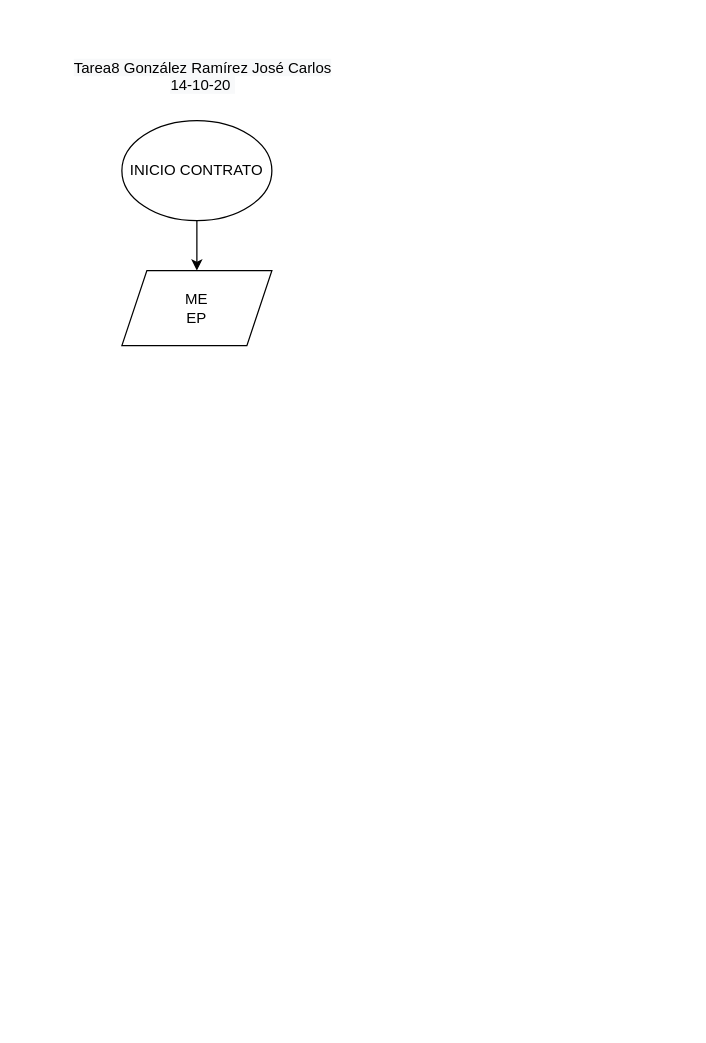
Before: Untitled Diagram.drawio in jowoselfgmailcom/fdp, a draw.io diagram. Source tidied: cells renumbered, new cells numbered last; positions are measured from the earlier drawing's top-left corner, leaving out a move shared by most shapes. Both pictures are drawn from the tidied source at 125%, with x=0, y=0 at pixel (21, 45).
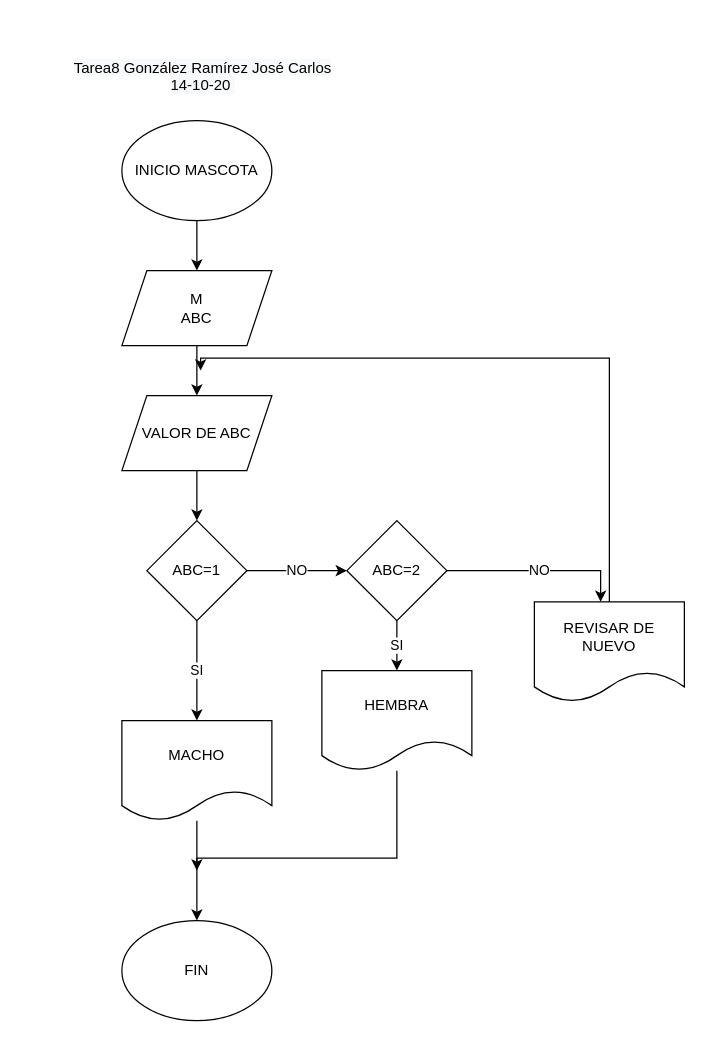
The same diagram, later.

The edit, as a diff of the source:
```diff
@@
-    <mxCell id="3" value="INICIO CONTRATO" style="ellipse;whiteSpace=wrap;html=1;" parent="1" vertex="1">
+    <mxCell id="3" value="INICIO MASCOTA" style="ellipse;whiteSpace=wrap;html=1;" parent="1" vertex="1">
       <mxGeometry x="80" y="60" width="120" height="80" as="geometry" />
     </mxCell>
@@
+    <mxCell id="6" style="edgeStyle=orthogonalEdgeStyle;rounded=0;jettySize=auto;html=1;" parent="1" edge="1" source="5" target="8">
+      <mxGeometry relative="1" as="geometry" />
+    </mxCell>
-    <mxCell id="5" value="ME&lt;br&gt;EP&lt;br&gt;" style="shape=parallelogram;perimeter=parallelogramPerimeter;whiteSpace=wrap;html=1;fixedSize=1;" parent="1" vertex="1">
+    <mxCell id="5" value="M&lt;br&gt;ABC&lt;br&gt;" style="shape=parallelogram;perimeter=parallelogramPerimeter;whiteSpace=wrap;html=1;fixedSize=1;" parent="1" vertex="1">
       <mxGeometry x="80" y="180" width="120" height="60" as="geometry" />
     </mxCell>
+    <mxCell id="7" style="edgeStyle=orthogonalEdgeStyle;rounded=0;jettySize=auto;html=1;" parent="1" edge="1" source="8" target="11">
+      <mxGeometry relative="1" as="geometry" />
+    </mxCell>
+    <mxCell id="8" value="VALOR DE ABC&lt;br&gt;" style="shape=parallelogram;perimeter=parallelogramPerimeter;whiteSpace=wrap;html=1;fixedSize=1;" parent="1" vertex="1">
+      <mxGeometry x="80" y="280" width="120" height="60" as="geometry" />
+    </mxCell>
+    <mxCell id="9" value="NO" style="edgeStyle=orthogonalEdgeStyle;rounded=0;jettySize=auto;html=1;" parent="1" edge="1" source="11" target="14">
+      <mxGeometry relative="1" as="geometry" />
+    </mxCell>
+    <mxCell id="10" value="SI" style="edgeStyle=orthogonalEdgeStyle;rounded=0;jettySize=auto;html=1;" parent="1" edge="1" source="11" target="16">
+      <mxGeometry relative="1" as="geometry" />
+    </mxCell>
+    <mxCell id="11" value="ABC=1" style="rhombus;whiteSpace=wrap;html=1;" parent="1" vertex="1">
+      <mxGeometry x="100" y="380" width="80" height="80" as="geometry" />
+    </mxCell>
+    <mxCell id="12" value="SI" style="edgeStyle=orthogonalEdgeStyle;rounded=0;jettySize=auto;html=1;" parent="1" edge="1" source="14" target="18">
+      <mxGeometry relative="1" as="geometry" />
+    </mxCell>
+    <mxCell id="13" value="NO" style="edgeStyle=orthogonalEdgeStyle;rounded=0;jettySize=auto;html=1;entryX=0.442;entryY=0;entryDx=0;entryDy=0;entryPerimeter=0;" parent="1" edge="1" source="14" target="20">
+      <mxGeometry relative="1" as="geometry" />
+    </mxCell>
+    <mxCell id="14" value="ABC=2" style="rhombus;whiteSpace=wrap;html=1;" parent="1" vertex="1">
+      <mxGeometry x="260" y="380" width="80" height="80" as="geometry" />
+    </mxCell>
+    <mxCell id="15" style="edgeStyle=orthogonalEdgeStyle;rounded=0;jettySize=auto;html=1;" parent="1" edge="1" source="16" target="21">
+      <mxGeometry relative="1" as="geometry" />
+    </mxCell>
+    <mxCell id="16" value="MACHO" style="shape=document;whiteSpace=wrap;html=1;boundedLbl=1;" parent="1" vertex="1">
+      <mxGeometry x="80" y="540" width="120" height="80" as="geometry" />
+    </mxCell>
+    <mxCell id="17" style="edgeStyle=orthogonalEdgeStyle;rounded=0;jettySize=auto;html=1;" parent="1" edge="1" source="18">
+      <mxGeometry relative="1" as="geometry">
+        <mxPoint x="140" y="660" as="targetPoint" />
+        <Array as="points">
+          <mxPoint x="300" y="650" />
+          <mxPoint x="140" y="650" />
+        </Array>
+      </mxGeometry>
+    </mxCell>
+    <mxCell id="18" value="HEMBRA" style="shape=document;whiteSpace=wrap;html=1;boundedLbl=1;" parent="1" vertex="1">
+      <mxGeometry x="240" y="500" width="120" height="80" as="geometry" />
+    </mxCell>
+    <mxCell id="19" style="edgeStyle=orthogonalEdgeStyle;rounded=0;jettySize=auto;html=1;" parent="1" edge="1" source="20">
+      <mxGeometry relative="1" as="geometry">
+        <mxPoint x="143" y="260" as="targetPoint" />
+        <Array as="points">
+          <mxPoint x="470" y="250" />
+          <mxPoint x="143" y="250" />
+        </Array>
+      </mxGeometry>
+    </mxCell>
+    <mxCell id="20" value="REVISAR DE NUEVO" style="shape=document;whiteSpace=wrap;html=1;boundedLbl=1;" parent="1" vertex="1">
+      <mxGeometry x="410" y="445" width="120" height="80" as="geometry" />
+    </mxCell>
+    <mxCell id="21" value="FIN" style="ellipse;whiteSpace=wrap;html=1;" parent="1" vertex="1">
+      <mxGeometry x="80" y="700" width="120" height="80" as="geometry" />
+    </mxCell>
```
